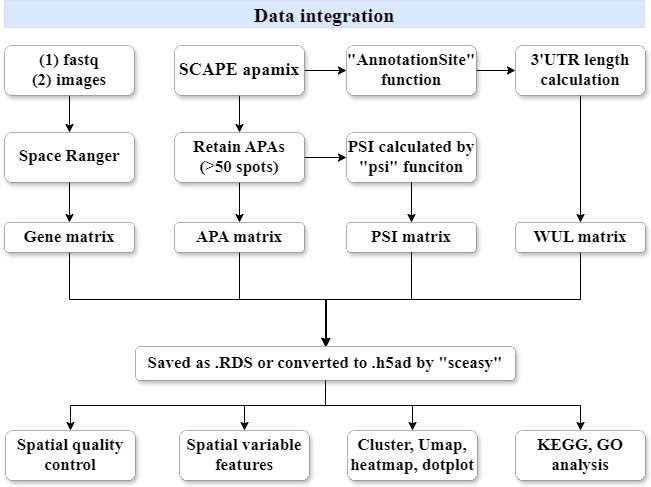
Before: image/spatialAPA.png, a diagram exported from draw.io (Omicslab-Zhang/spatialAPA). Source tidied: cells renumbered, new cells last; positions are measured from the earlier drawing's top-left corner, leaving out a move shared by most shapes. Source of this version:
```xml
<mxGraphModel>
  <root>
    <mxCell id="0" />
    <mxCell id="1" parent="0" />
    <mxCell id="2" style="edgeStyle=orthogonalEdgeStyle;rounded=0;jettySize=auto;html=1;" parent="1" edge="1" source="4" target="7">
      <mxGeometry relative="1" as="geometry" />
    </mxCell>
    <mxCell id="3" style="edgeStyle=orthogonalEdgeStyle;rounded=0;jettySize=auto;html=1;" parent="1" edge="1" source="4" target="13">
      <mxGeometry relative="1" as="geometry" />
    </mxCell>
    <mxCell id="4" value="&lt;font style=&quot;font-size: 18px;&quot; face=&quot;Times New Roman&quot;&gt;&lt;b&gt;SCAPE apamix&lt;/b&gt;&lt;/font&gt;" style="whiteSpace=wrap;html=1;verticalAlign=top;labelBackgroundColor=default;rounded=1;strokeWidth=0;shadow=1;align=center;spacingTop=7;" parent="1" vertex="1">
      <mxGeometry x="170" y="45" width="130" height="50" as="geometry" />
    </mxCell>
    <mxCell id="5" style="edgeStyle=orthogonalEdgeStyle;rounded=0;jettySize=auto;html=1;" parent="1" edge="1" source="7" target="9">
      <mxGeometry relative="1" as="geometry" />
    </mxCell>
    <mxCell id="6" style="edgeStyle=orthogonalEdgeStyle;rounded=0;jettySize=auto;html=1;" parent="1" edge="1" source="7" target="15">
      <mxGeometry relative="1" as="geometry" />
    </mxCell>
    <mxCell id="7" value="&lt;font size=&quot;1&quot; face=&quot;Times New Roman&quot;&gt;&lt;b style=&quot;font-size: 17px;&quot;&gt;Retain APAs (&amp;gt;50 spots)&lt;/b&gt;&lt;/font&gt;" style="whiteSpace=wrap;html=1;verticalAlign=top;labelBackgroundColor=default;rounded=1;strokeWidth=0;shadow=1;spacingTop=-2;" parent="1" vertex="1">
      <mxGeometry x="170" y="132" width="130" height="50" as="geometry" />
    </mxCell>
    <mxCell id="8" style="edgeStyle=orthogonalEdgeStyle;rounded=0;jettySize=auto;html=1;" parent="1" edge="1" source="9" target="16">
      <mxGeometry relative="1" as="geometry" />
    </mxCell>
    <mxCell id="9" value="&lt;font size=&quot;1&quot; face=&quot;Times New Roman&quot;&gt;&lt;b style=&quot;font-size: 17px;&quot;&gt;PSI calculated by &quot;psi&quot; funciton&lt;/b&gt;&lt;/font&gt;" style="whiteSpace=wrap;html=1;verticalAlign=top;labelBackgroundColor=default;rounded=1;strokeWidth=0;shadow=1;spacingTop=-2;" parent="1" vertex="1">
      <mxGeometry x="342" y="132" width="130" height="50" as="geometry" />
    </mxCell>
    <mxCell id="10" style="edgeStyle=orthogonalEdgeStyle;rounded=0;jettySize=auto;html=1;" parent="1" edge="1" source="11" target="19">
      <mxGeometry relative="1" as="geometry" />
    </mxCell>
    <mxCell id="11" value="&lt;font size=&quot;1&quot; face=&quot;Times New Roman&quot;&gt;&lt;b style=&quot;font-size: 17px;&quot;&gt;3'UTR length calculation&lt;/b&gt;&lt;/font&gt;" style="whiteSpace=wrap;html=1;verticalAlign=top;labelBackgroundColor=default;rounded=1;strokeWidth=0;shadow=1;spacingTop=-2;" parent="1" vertex="1">
      <mxGeometry x="511" y="45" width="130" height="50" as="geometry" />
    </mxCell>
    <mxCell id="12" style="edgeStyle=orthogonalEdgeStyle;rounded=0;jettySize=auto;html=1;" parent="1" edge="1" source="13" target="11">
      <mxGeometry relative="1" as="geometry" />
    </mxCell>
    <mxCell id="13" value="&lt;font size=&quot;1&quot; face=&quot;Times New Roman&quot;&gt;&lt;b style=&quot;font-size: 17px;&quot;&gt;&quot;AnnotationSite&quot; function&lt;/b&gt;&lt;/font&gt;" style="whiteSpace=wrap;html=1;verticalAlign=top;labelBackgroundColor=default;rounded=1;strokeWidth=0;shadow=1;spacingTop=-2;" parent="1" vertex="1">
      <mxGeometry x="342" y="45" width="130" height="50" as="geometry" />
    </mxCell>
    <mxCell id="14" style="edgeStyle=orthogonalEdgeStyle;rounded=0;jettySize=auto;html=1;entryX=0.5;entryY=0;entryDx=0;entryDy=0;" parent="1" edge="1" source="15" target="24">
      <mxGeometry relative="1" as="geometry" />
    </mxCell>
    <mxCell id="15" value="&lt;font size=&quot;1&quot; face=&quot;Times New Roman&quot;&gt;&lt;b style=&quot;font-size: 17px;&quot;&gt;APA matrix&lt;/b&gt;&lt;/font&gt;" style="whiteSpace=wrap;html=1;verticalAlign=top;labelBackgroundColor=default;rounded=1;strokeWidth=0;shadow=1;spacingTop=-2;" parent="1" vertex="1">
      <mxGeometry x="170" y="222" width="130" height="30" as="geometry" />
    </mxCell>
    <mxCell id="16" value="&lt;font size=&quot;1&quot; face=&quot;Times New Roman&quot;&gt;&lt;b style=&quot;font-size: 17px;&quot;&gt;PSI matrix&lt;/b&gt;&lt;/font&gt;" style="whiteSpace=wrap;html=1;verticalAlign=top;labelBackgroundColor=default;rounded=1;strokeWidth=0;shadow=1;spacingTop=-2;" parent="1" vertex="1">
      <mxGeometry x="342" y="222" width="130" height="30" as="geometry" />
    </mxCell>
    <mxCell id="17" style="edgeStyle=orthogonalEdgeStyle;rounded=0;jettySize=auto;html=1;entryX=0.5;entryY=0;entryDx=0;entryDy=0;exitX=0.5;exitY=1;exitDx=0;exitDy=0;" parent="1" edge="1" source="16" target="24">
      <mxGeometry relative="1" as="geometry" />
    </mxCell>
    <mxCell id="18" style="edgeStyle=orthogonalEdgeStyle;rounded=0;jettySize=auto;html=1;entryX=0.5;entryY=0;entryDx=0;entryDy=0;" parent="1" edge="1" source="19" target="24">
      <mxGeometry relative="1" as="geometry" />
    </mxCell>
    <mxCell id="19" value="&lt;font size=&quot;1&quot; face=&quot;Times New Roman&quot;&gt;&lt;b style=&quot;font-size: 17px;&quot;&gt;WUL matrix&lt;/b&gt;&lt;/font&gt;" style="whiteSpace=wrap;html=1;verticalAlign=top;labelBackgroundColor=default;rounded=1;strokeWidth=0;shadow=1;spacingTop=-2;" parent="1" vertex="1">
      <mxGeometry x="511" y="222" width="130" height="30" as="geometry" />
    </mxCell>
    <mxCell id="20" style="edgeStyle=orthogonalEdgeStyle;rounded=0;jettySize=auto;html=1;entryX=0.5;entryY=0;entryDx=0;entryDy=0;" parent="1" edge="1" source="24" target="34">
      <mxGeometry relative="1" as="geometry" />
    </mxCell>
    <mxCell id="21" style="edgeStyle=orthogonalEdgeStyle;rounded=0;jettySize=auto;html=1;" parent="1" edge="1" source="24" target="32">
      <mxGeometry relative="1" as="geometry" />
    </mxCell>
    <mxCell id="22" style="edgeStyle=orthogonalEdgeStyle;rounded=0;jettySize=auto;html=1;entryX=0.5;entryY=0;entryDx=0;entryDy=0;" parent="1" edge="1" source="24" target="33">
      <mxGeometry relative="1" as="geometry" />
    </mxCell>
    <mxCell id="23" style="edgeStyle=orthogonalEdgeStyle;rounded=0;jettySize=auto;html=1;entryX=0.5;entryY=0;entryDx=0;entryDy=0;" parent="1" edge="1" source="24" target="35">
      <mxGeometry relative="1" as="geometry" />
    </mxCell>
    <mxCell id="24" value="&lt;font size=&quot;1&quot; face=&quot;Times New Roman&quot;&gt;&lt;b style=&quot;font-size: 17px;&quot;&gt;Saved as .RDS or converted to .h5ad by &quot;sceasy&quot;&lt;/b&gt;&lt;/font&gt;" style="whiteSpace=wrap;html=1;verticalAlign=top;labelBackgroundColor=default;rounded=1;strokeWidth=0;shadow=1;spacingTop=0;" parent="1" vertex="1">
      <mxGeometry x="131" y="346" width="380" height="34" as="geometry" />
    </mxCell>
    <mxCell id="25" style="edgeStyle=orthogonalEdgeStyle;rounded=0;jettySize=auto;html=1;exitX=0.5;exitY=1;exitDx=0;exitDy=0;" parent="1" edge="1" source="26">
      <mxGeometry relative="1" as="geometry">
        <mxPoint x="322" y="346" as="targetPoint" />
        <Array as="points">
          <mxPoint x="65" y="299" />
          <mxPoint x="322" y="299" />
        </Array>
      </mxGeometry>
    </mxCell>
    <mxCell id="26" value="&lt;font size=&quot;1&quot; face=&quot;Times New Roman&quot;&gt;&lt;b style=&quot;font-size: 17px;&quot;&gt;Gene matrix&lt;/b&gt;&lt;/font&gt;" style="whiteSpace=wrap;html=1;verticalAlign=top;labelBackgroundColor=default;rounded=1;strokeWidth=0;shadow=1;spacingTop=-2;" parent="1" vertex="1">
      <mxGeometry y="222" width="130" height="30" as="geometry" />
    </mxCell>
    <mxCell id="27" value="&lt;font face=&quot;Times New Roman, serif&quot;&gt;&lt;span style=&quot;font-size: 20px;&quot;&gt;&lt;b&gt;Data integration&lt;/b&gt;&lt;/span&gt;&lt;/font&gt;" style="rounded=0;whiteSpace=wrap;html=1;align=center;fillColor=#dae8fc;strokeColor=#6c8ebf;strokeWidth=0;" parent="1" vertex="1">
      <mxGeometry width="640" height="27" as="geometry" />
    </mxCell>
    <mxCell id="28" style="edgeStyle=orthogonalEdgeStyle;rounded=0;jettySize=auto;html=1;" parent="1" edge="1" source="29" target="26">
      <mxGeometry relative="1" as="geometry" />
    </mxCell>
    <mxCell id="29" value="&lt;font size=&quot;1&quot; face=&quot;Times New Roman&quot;&gt;&lt;b style=&quot;font-size: 17px;&quot;&gt;Space Ranger&lt;/b&gt;&lt;/font&gt;" style="whiteSpace=wrap;html=1;verticalAlign=middle;labelBackgroundColor=default;rounded=1;strokeWidth=0;shadow=1;spacingTop=-2;align=center;" parent="1" vertex="1">
      <mxGeometry y="132" width="130" height="50" as="geometry" />
    </mxCell>
    <mxCell id="30" style="edgeStyle=orthogonalEdgeStyle;rounded=0;jettySize=auto;html=1;" parent="1" edge="1" source="31" target="29">
      <mxGeometry relative="1" as="geometry" />
    </mxCell>
    <mxCell id="31" value="&lt;font size=&quot;1&quot; face=&quot;Times New Roman&quot;&gt;&lt;b style=&quot;font-size: 17px;&quot;&gt;(1) fastq&lt;/b&gt;&lt;/font&gt;&lt;div&gt;&lt;font size=&quot;1&quot; face=&quot;Times New Roman&quot;&gt;&lt;b style=&quot;font-size: 17px;&quot;&gt;(2) images&lt;/b&gt;&lt;/font&gt;&lt;/div&gt;" style="whiteSpace=wrap;html=1;verticalAlign=top;labelBackgroundColor=default;rounded=1;strokeWidth=0;shadow=1;spacingTop=-2;" parent="1" vertex="1">
      <mxGeometry y="45" width="130" height="50" as="geometry" />
    </mxCell>
    <mxCell id="32" value="&lt;font size=&quot;1&quot; face=&quot;Times New Roman&quot;&gt;&lt;b style=&quot;font-size: 17px;&quot;&gt;Spatial variable features&lt;/b&gt;&lt;/font&gt;" style="whiteSpace=wrap;html=1;verticalAlign=top;labelBackgroundColor=default;rounded=1;strokeWidth=0;shadow=1;spacingTop=-2;" parent="1" vertex="1">
      <mxGeometry x="175" y="430" width="130" height="50" as="geometry" />
    </mxCell>
    <mxCell id="33" value="&lt;font size=&quot;1&quot; face=&quot;Times New Roman&quot;&gt;&lt;b style=&quot;font-size: 17px;&quot;&gt;Cluster, Umap, heatmap, dotplot&lt;/b&gt;&lt;/font&gt;" style="whiteSpace=wrap;html=1;verticalAlign=top;labelBackgroundColor=default;rounded=1;strokeWidth=0;shadow=1;spacingTop=-2;" parent="1" vertex="1">
      <mxGeometry x="343" y="430" width="130" height="50" as="geometry" />
    </mxCell>
    <mxCell id="34" value="&lt;font size=&quot;1&quot; face=&quot;Times New Roman&quot;&gt;&lt;b style=&quot;font-size: 17px;&quot;&gt;Spatial quality control&lt;/b&gt;&lt;/font&gt;" style="whiteSpace=wrap;html=1;verticalAlign=top;labelBackgroundColor=default;rounded=1;strokeWidth=0;shadow=1;spacingTop=-2;" parent="1" vertex="1">
      <mxGeometry x="1" y="430" width="130" height="50" as="geometry" />
    </mxCell>
    <mxCell id="35" value="&lt;font face=&quot;Times New Roman&quot;&gt;&lt;span style=&quot;font-size: 17px;&quot;&gt;&lt;b&gt;KEGG, GO analysis&lt;/b&gt;&lt;/span&gt;&lt;/font&gt;" style="whiteSpace=wrap;html=1;verticalAlign=top;labelBackgroundColor=default;rounded=1;strokeWidth=0;shadow=1;spacingTop=-2;" parent="1" vertex="1">
      <mxGeometry x="511" y="430" width="130" height="50" as="geometry" />
    </mxCell>
  </root>
</mxGraphModel>
```
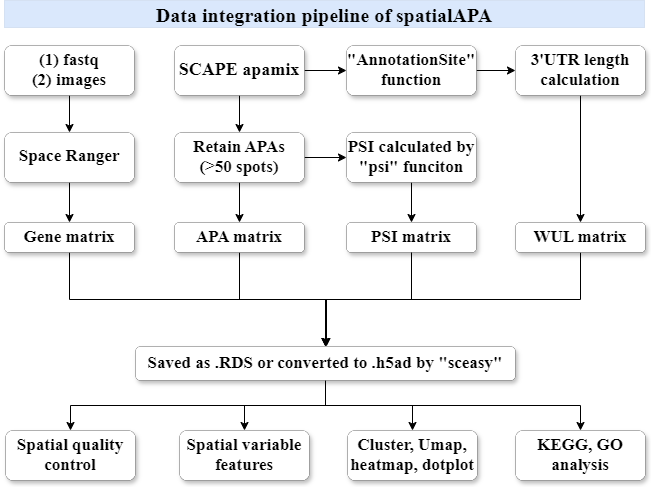
Above is the later version.

What changed in the source:
```diff
@@ -83,7 +83,7 @@
     <mxCell id="26" value="&lt;font size=&quot;1&quot; face=&quot;Times New Roman&quot;&gt;&lt;b style=&quot;font-size: 17px;&quot;&gt;Gene matrix&lt;/b&gt;&lt;/font&gt;" style="whiteSpace=wrap;html=1;verticalAlign=top;labelBackgroundColor=default;rounded=1;strokeWidth=0;shadow=1;spacingTop=-2;" parent="1" vertex="1">
       <mxGeometry y="222" width="130" height="30" as="geometry" />
     </mxCell>
-    <mxCell id="27" value="&lt;font face=&quot;Times New Roman, serif&quot;&gt;&lt;span style=&quot;font-size: 20px;&quot;&gt;&lt;b&gt;Data integration&lt;/b&gt;&lt;/span&gt;&lt;/font&gt;" style="rounded=0;whiteSpace=wrap;html=1;align=center;fillColor=#dae8fc;strokeColor=#6c8ebf;strokeWidth=0;" parent="1" vertex="1">
+    <mxCell id="27" value="&lt;font face=&quot;Times New Roman, serif&quot;&gt;&lt;span style=&quot;font-size: 20px;&quot;&gt;&lt;b&gt;Data integration pipeline of spatialAPA&lt;/b&gt;&lt;/span&gt;&lt;/font&gt;" style="rounded=0;whiteSpace=wrap;html=1;align=center;fillColor=#dae8fc;strokeColor=#6c8ebf;strokeWidth=0;" parent="1" vertex="1">
       <mxGeometry width="640" height="27" as="geometry" />
     </mxCell>
     <mxCell id="28" style="edgeStyle=orthogonalEdgeStyle;rounded=0;jettySize=auto;html=1;" parent="1" edge="1" source="29" target="26">
```
